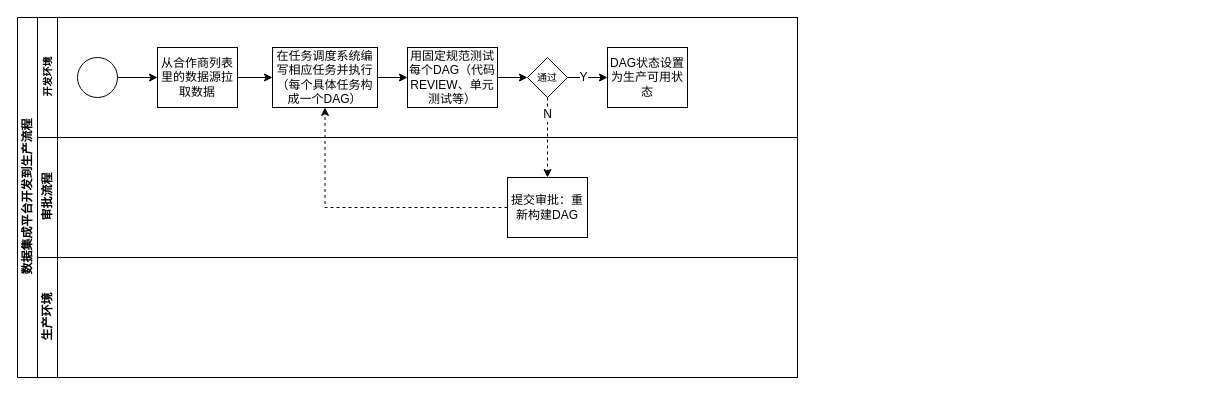
The draw.io diagram drawio/数据集成平台升级方案.drawio in jayed008/notebook, before the edit. Source tidied: cells renumbered, new cells numbered last; positions are measured from the earlier drawing's top-left corner, leaving out a move shared by most shapes. Both pictures are drawn from the tidied source at 100%, with x=0, y=0 at pixel (17, 17).
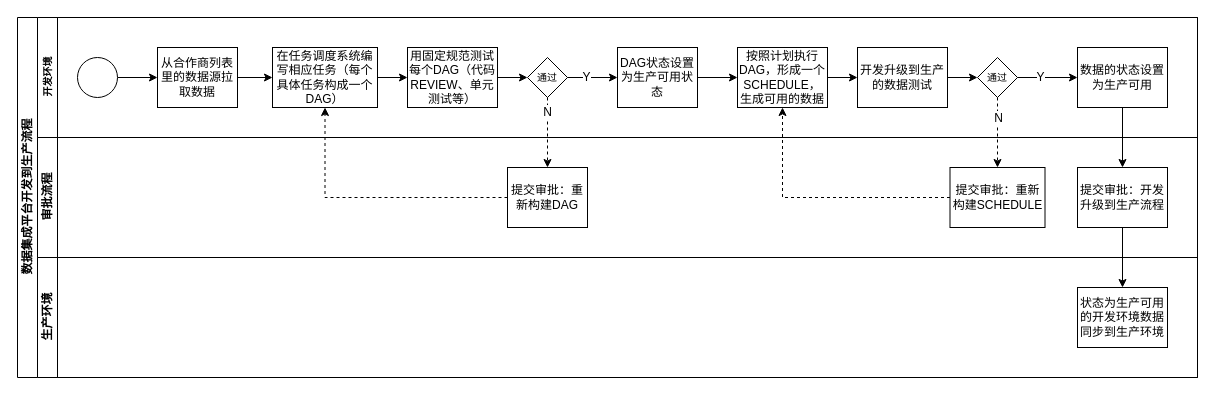
The same page after the edit.

Commit message:
Update 数据集成平台升级方案.drawio

What changed in the source:
```diff
@@
     <mxCell id="2" value="数据集成平台开发到生产流程" style="swimlane;html=1;horizontal=0;startSize=20;" parent="1" vertex="1">
-      <mxGeometry width="780" height="360" as="geometry" />
+      <mxGeometry width="1180" height="360" as="geometry" />
     </mxCell>
     <mxCell id="3" value="开发环境" style="swimlane;html=1;startSize=20;horizontal=0;fontSize=10;" parent="2" vertex="1">
-      <mxGeometry x="20" width="760" height="120" as="geometry" />
+      <mxGeometry x="20" width="1160" height="120" as="geometry" />
     </mxCell>
@@
-    <mxCell id="7" value="在任务调度系统编写相应任务并执行（每个具体任务构成一个DAG）" style="rounded=0;whiteSpace=wrap;html=1;fontFamily=Helvetica;fontSize=12;fontColor=#000000;align=center;" parent="3" vertex="1">
+    <mxCell id="7" value="在任务调度系统编写相应任务（每个具体任务构成一个DAG）" style="rounded=0;whiteSpace=wrap;html=1;fontFamily=Helvetica;fontSize=12;fontColor=#000000;align=center;" parent="3" vertex="1">
       <mxGeometry x="235" y="30" width="105" height="60" as="geometry" />
     </mxCell>
@@
     <mxCell id="13" value="DAG状态设置为生产可用状态" style="rounded=0;whiteSpace=wrap;html=1;fontFamily=Helvetica;fontSize=12;fontColor=#000000;align=center;" parent="3" vertex="1">
-      <mxGeometry x="570" y="30" width="80" height="60" as="geometry" />
+      <mxGeometry x="580" y="30" width="80" height="60" as="geometry" />
     </mxCell>
@@
+    <mxCell id="22" value="按照计划执行DAG，形成一个SCHEDULE，生成可用的数据" style="rounded=0;whiteSpace=wrap;html=1;fontFamily=Helvetica;fontSize=12;fontColor=#000000;align=center;" parent="3" vertex="1">
+      <mxGeometry x="700" y="30" width="90" height="60" as="geometry" />
+    </mxCell>
+    <mxCell id="23" style="endArrow=classic;html=1;fontSize=12;" parent="3" edge="1" source="13" target="22">
+      <mxGeometry relative="1" as="geometry" />
+    </mxCell>
+    <mxCell id="24" value="开发升级到生产的数据测试" style="rounded=0;whiteSpace=wrap;html=1;fontFamily=Helvetica;fontSize=12;fontColor=#000000;align=center;" parent="3" vertex="1">
+      <mxGeometry x="820" y="30" width="90" height="60" as="geometry" />
+    </mxCell>
+    <mxCell id="25" style="endArrow=classic;html=1;fontSize=12;" parent="3" edge="1" source="22" target="24">
+      <mxGeometry relative="1" as="geometry" />
+    </mxCell>
+    <mxCell id="26" value="通过" style="rhombus;whiteSpace=wrap;html=1;fontFamily=Helvetica;fontSize=10;fontColor=#000000;align=center;" parent="3" vertex="1">
+      <mxGeometry x="940" y="40" width="40" height="40" as="geometry" />
+    </mxCell>
+    <mxCell id="27" style="endArrow=classic;html=1;fontSize=12;" parent="3" edge="1" source="24" target="26">
+      <mxGeometry relative="1" as="geometry" />
+    </mxCell>
+    <mxCell id="28" value="数据的状态设置为生产可用" style="rounded=0;whiteSpace=wrap;html=1;fontFamily=Helvetica;fontSize=12;fontColor=#000000;align=center;" parent="3" vertex="1">
+      <mxGeometry x="1040" y="30" width="90" height="60" as="geometry" />
+    </mxCell>
+    <mxCell id="29" style="edgeStyle=orthogonalEdgeStyle;rounded=0;jettySize=auto;html=1;endArrow=classic;endFill=1;" parent="3" edge="1" source="26" target="28">
+      <mxGeometry relative="1" as="geometry" />
+    </mxCell>
+    <mxCell id="30" value="Y" style="edgeLabel;html=1;align=center;verticalAlign=middle;fontSize=12;" parent="29" vertex="1">
+      <mxGeometry x="-0.27" y="1" relative="1" as="geometry" />
+    </mxCell>
     <mxCell id="16" value="审批流程" style="swimlane;html=1;startSize=20;horizontal=0;" parent="2" vertex="1">
-      <mxGeometry x="20" y="120" width="760" height="120" as="geometry" />
+      <mxGeometry x="20" y="120" width="1160" height="120" as="geometry" />
     </mxCell>
     <mxCell id="17" value="提交审批：重新构建DAG" style="rounded=0;whiteSpace=wrap;html=1;fontFamily=Helvetica;fontSize=12;fontColor=#000000;align=center;" parent="16" vertex="1">
-      <mxGeometry x="470" y="40" width="80" height="60" as="geometry" />
+      <mxGeometry x="470" y="30" width="80" height="60" as="geometry" />
     </mxCell>
+    <mxCell id="31" value="提交审批：开发升级到生产流程" style="rounded=0;whiteSpace=wrap;html=1;fontFamily=Helvetica;fontSize=12;fontColor=#000000;align=center;" parent="16" vertex="1">
+      <mxGeometry x="1040" y="30" width="90" height="60" as="geometry" />
+    </mxCell>
+    <mxCell id="32" value="&lt;span&gt;提交审批：重新构建&lt;/span&gt;SCHEDULE" style="rounded=0;whiteSpace=wrap;html=1;fontFamily=Helvetica;fontSize=12;fontColor=#000000;align=center;" parent="16" vertex="1">
+      <mxGeometry x="912.5" y="30" width="95" height="60" as="geometry" />
+    </mxCell>
     <mxCell id="18" value="生产环境" style="swimlane;html=1;startSize=20;horizontal=0;" parent="2" vertex="1">
-      <mxGeometry x="20" y="240" width="760" height="120" as="geometry" />
+      <mxGeometry x="20" y="240" width="1160" height="120" as="geometry" />
     </mxCell>
+    <mxCell id="33" value="状态为生产可用的开发环境数据同步到生产环境" style="rounded=0;whiteSpace=wrap;html=1;fontFamily=Helvetica;fontSize=12;fontColor=#000000;align=center;" parent="18" vertex="1">
+      <mxGeometry x="1040" y="30" width="90" height="60" as="geometry" />
+    </mxCell>
@@
+    <mxCell id="34" style="endArrow=classic;html=1;fontSize=12;dashed=1;" parent="2" edge="1" source="26" target="32">
+      <mxGeometry relative="1" as="geometry" />
+    </mxCell>
+    <mxCell id="35" value="N" style="edgeLabel;html=1;align=center;verticalAlign=middle;fontSize=12;" parent="34" vertex="1">
+      <mxGeometry x="-0.68" y="1" relative="1" as="geometry">
+        <mxPoint x="-1" y="9" as="offset" />
+      </mxGeometry>
+    </mxCell>
+    <mxCell id="36" style="endArrow=classic;html=1;dashed=1;fontSize=12;rounded=0;" parent="2" edge="1" source="32" target="22">
+      <mxGeometry relative="1" as="geometry">
+        <Array as="points">
+          <mxPoint x="765" y="180" />
+        </Array>
+      </mxGeometry>
+    </mxCell>
+    <mxCell id="37" style="endArrow=classic;html=1;fontSize=12;" parent="2" edge="1" source="31" target="33">
+      <mxGeometry relative="1" as="geometry" />
+    </mxCell>
+    <mxCell id="38" style="endArrow=classic;html=1;fontSize=12;" parent="2" edge="1" source="28" target="31">
+      <mxGeometry relative="1" as="geometry" />
+    </mxCell>
```
